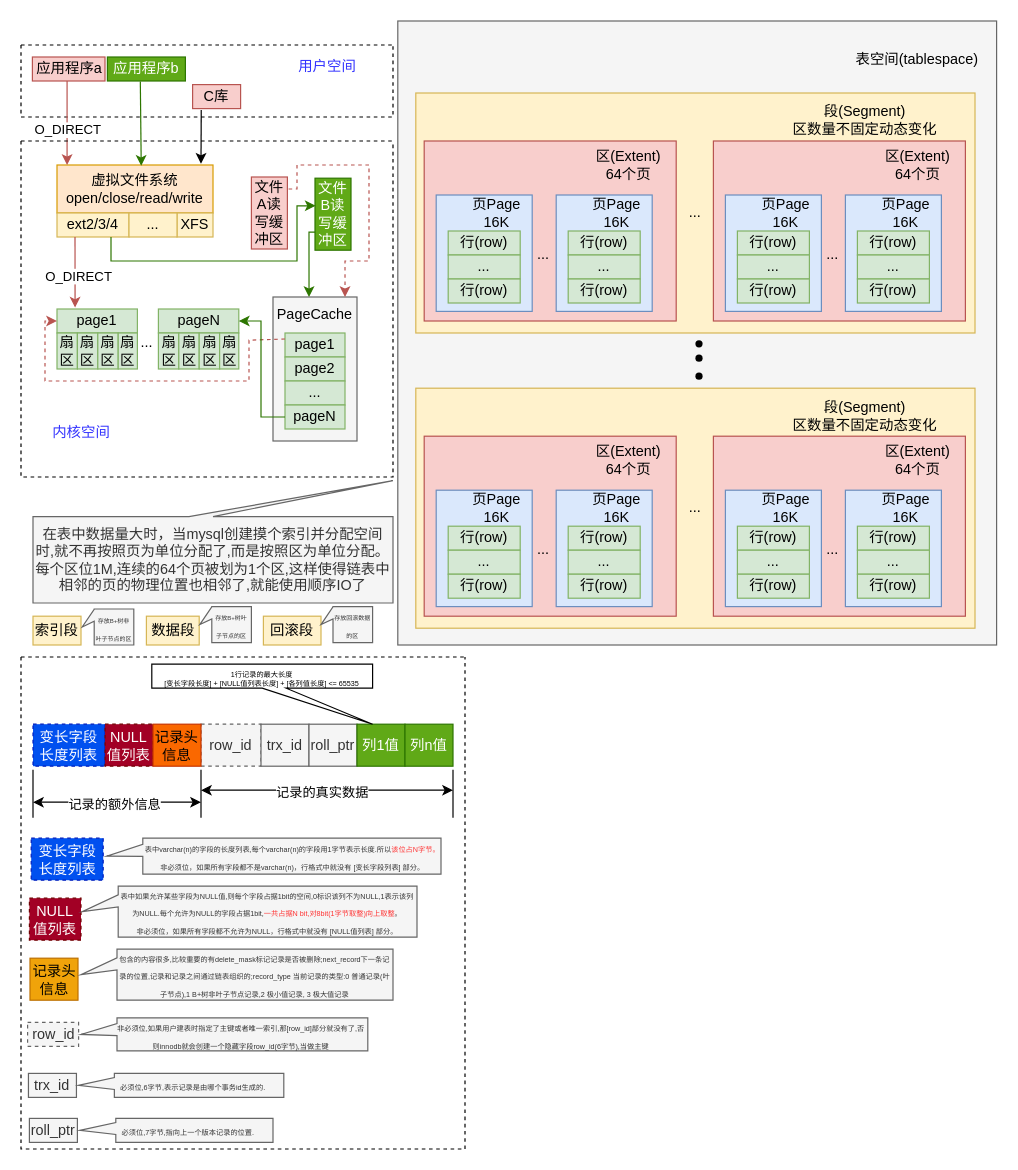
liushan86/learnnode keeps this draw.io diagram as page "文件系统" (1 of 3) of 文件系统.drawio. Above is the earlier version. Source tidied: cells renumbered, new cells numbered last; positions are measured from the earlier drawing's top-left corner, leaving out a move shared by most shapes. Both pictures are drawn from the tidied source at 120%, with x=0, y=0 at pixel (20, 20).
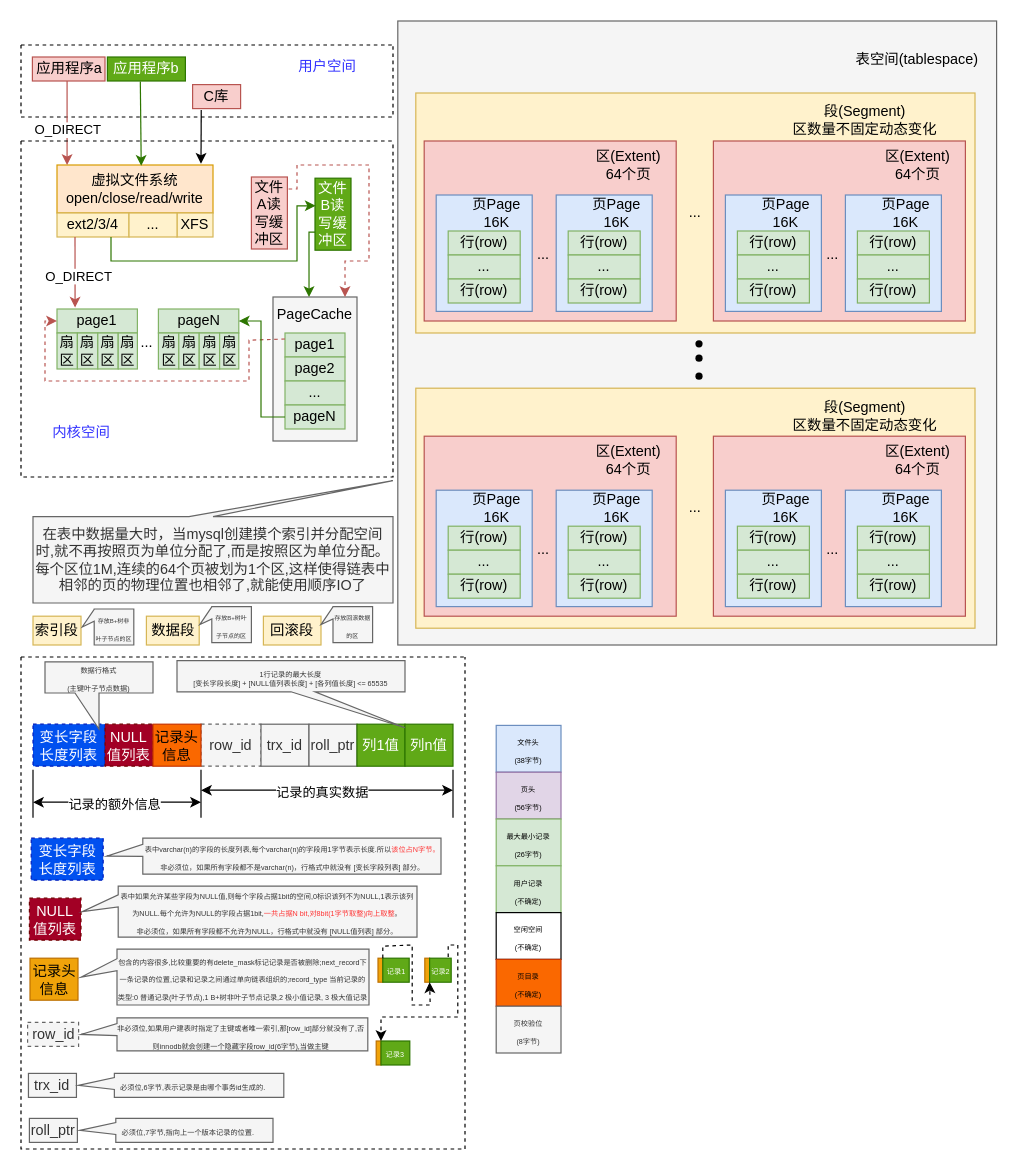
Above is the later version.

Commit message:
更新文件系统.drawio

Unchanged cells that the change refers to:
```xml
<mxCell id="138" style="swimlane;startSize=0;dashed=1;" parent="1" vertex="1">
  <mxGeometry y="530" width="370" height="410" as="geometry" />
</mxCell>
```

Change to the diagram source:
```diff
@@
-    <mxCell id="130" value="&lt;div&gt;&lt;font style=&quot;font-size: 6px;&quot;&gt;包含的内容很多,比较重要的有delete_mask标记记录是否被删除;next_record下一条记录的位置,记录和记录之间通过链表组织的;record_type 当前记录的类型:0 普通记录(叶子节点),1 B+树非叶子节点记录,2 极小值记录, 3 极大值记录&lt;br&gt;&lt;/font&gt;&lt;/div&gt;" style="shape=callout;whiteSpace=wrap;html=1;perimeter=calloutPerimeter;direction=south;size=30;position=0.17;base=10;fillColor=#f5f5f5;fontColor=#333333;strokeColor=#666666;" parent="1" vertex="1">
-      <mxGeometry x="50" y="773.5" width="260" height="42.5" as="geometry" />
+    <mxCell id="130" value="&lt;div&gt;&lt;font style=&quot;font-size: 6px;&quot;&gt;包含的内容很多,比较重要的有delete_mask标记记录是否被删除;next_record下一条记录的位置,记录和记录之间通过单向链表组织的;record_type 当前记录的类型:0 普通记录(叶子节点),1 B+树非叶子节点记录,2 极小值记录, 3 极大值记录&lt;br&gt;&lt;/font&gt;&lt;/div&gt;" style="shape=callout;whiteSpace=wrap;html=1;perimeter=calloutPerimeter;direction=south;size=30;position=0.17;base=10;fillColor=#f5f5f5;fontColor=#333333;strokeColor=#666666;" parent="1" vertex="1">
+      <mxGeometry x="50" y="773.5" width="240" height="46.5" as="geometry" />
     </mxCell>
@@
-    <mxCell id="139" value="&lt;div&gt;&lt;font style=&quot;font-size: 6px;&quot;&gt;1行记录的最大长度&lt;/font&gt;&lt;/div&gt;&lt;div style=&quot;font-size: 6px;&quot;&gt;[变长字段长度] + [NULL值列表长度] + [各列值长度] &amp;lt;= 65535&lt;/div&gt;" style="shape=callout;whiteSpace=wrap;html=1;perimeter=calloutPerimeter;position2=1;" parent="138" vertex="1">
-      <mxGeometry x="109" y="6" width="184" height="50" as="geometry" />
+    <mxCell id="139" value="&lt;div&gt;&lt;font style=&quot;font-size: 6px;&quot;&gt;1行记录的最大长度&lt;/font&gt;&lt;/div&gt;&lt;div style=&quot;font-size: 6px;&quot;&gt;[变长字段长度] + [NULL值列表长度] + [各列值长度] &amp;lt;= 65535&lt;/div&gt;" style="shape=callout;whiteSpace=wrap;html=1;perimeter=calloutPerimeter;position2=1;fillColor=#f5f5f5;fontColor=#333333;strokeColor=#666666;" parent="138" vertex="1">
+      <mxGeometry x="130" y="3" width="190" height="56" as="geometry" />
     </mxCell>
+    <mxCell id="140" value="&lt;div&gt;&lt;font style=&quot;font-size: 6px;&quot;&gt;数据行格式&lt;/font&gt;&lt;/div&gt;&lt;font style=&quot;font-size: 6px;&quot;&gt;(主键叶子节点数据)&lt;/font&gt;" style="shape=callout;whiteSpace=wrap;html=1;perimeter=calloutPerimeter;flipH=1;fillColor=#f5f5f5;fontColor=#333333;strokeColor=#666666;" parent="138" vertex="1">
+      <mxGeometry x="20" y="4" width="90" height="56" as="geometry" />
+    </mxCell>
+    <mxCell id="141" style="rounded=0;whiteSpace=wrap;html=1;fillColor=#f0a30a;fontColor=#000000;strokeColor=#BD7000;" parent="138" vertex="1">
+      <mxGeometry x="297.5" y="251" width="4" height="20" as="geometry" />
+    </mxCell>
+    <mxCell id="142" value="&lt;font style=&quot;font-size: 6px;&quot;&gt;记录1&lt;/font&gt;" style="rounded=0;whiteSpace=wrap;html=1;fillColor=#60a917;fontColor=#ffffff;strokeColor=#2D7600;" parent="138" vertex="1">
+      <mxGeometry x="301.5" y="251" width="22" height="20" as="geometry" />
+    </mxCell>
+    <mxCell id="143" style="rounded=0;whiteSpace=wrap;html=1;fillColor=#f0a30a;fontColor=#000000;strokeColor=#BD7000;" parent="138" vertex="1">
+      <mxGeometry x="336.5" y="251" width="4" height="20" as="geometry" />
+    </mxCell>
+    <mxCell id="144" value="&lt;font style=&quot;font-size: 6px;&quot;&gt;记录2&lt;/font&gt;" style="rounded=0;whiteSpace=wrap;html=1;fillColor=#60a917;fontColor=#ffffff;strokeColor=#2D7600;" parent="138" vertex="1">
+      <mxGeometry x="340.5" y="251" width="18" height="20" as="geometry" />
+    </mxCell>
+    <mxCell id="145" style="endArrow=classic;html=1;rounded=0;exitX=0;exitY=0;exitDx=0;exitDy=0;entryX=0;entryY=1;entryDx=0;entryDy=0;dashed=1;" parent="138" edge="1" source="142" target="144">
+      <mxGeometry relative="1" as="geometry">
+        <Array as="points">
+          <mxPoint x="301.5" y="241" />
+          <mxPoint x="326" y="240" />
+          <mxPoint x="326" y="290" />
+          <mxPoint x="341" y="290" />
+        </Array>
+      </mxGeometry>
+    </mxCell>
+    <mxCell id="146" style="rounded=0;whiteSpace=wrap;html=1;fillColor=#f0a30a;fontColor=#000000;strokeColor=#BD7000;" parent="138" vertex="1">
+      <mxGeometry x="296" y="320" width="4" height="20" as="geometry" />
+    </mxCell>
+    <mxCell id="147" value="&lt;font style=&quot;font-size: 6px;&quot;&gt;记录3&lt;/font&gt;" style="rounded=0;whiteSpace=wrap;html=1;fillColor=#60a917;fontColor=#ffffff;strokeColor=#2D7600;" parent="138" vertex="1">
+      <mxGeometry x="300" y="320" width="24" height="20" as="geometry" />
+    </mxCell>
+    <mxCell id="148" style="endArrow=classic;html=1;rounded=0;entryX=0;entryY=0;entryDx=0;entryDy=0;dashed=1;" parent="138" edge="1" target="147">
+      <mxGeometry relative="1" as="geometry">
+        <mxPoint x="356" y="250" as="sourcePoint" />
+        <Array as="points">
+          <mxPoint x="356" y="240" />
+          <mxPoint x="364" y="240" />
+          <mxPoint x="364" y="300" />
+          <mxPoint x="300" y="300" />
+        </Array>
+      </mxGeometry>
+    </mxCell>
+    <mxCell id="149" value="&lt;div&gt;&lt;font style=&quot;font-size: 6px;&quot;&gt;文件头&lt;/font&gt;&lt;/div&gt;&lt;div&gt;&lt;font style=&quot;font-size: 6px;&quot;&gt;(38字节)&lt;br&gt;&lt;/font&gt;&lt;/div&gt;" style="rounded=0;whiteSpace=wrap;html=1;fillColor=#dae8fc;strokeColor=#6c8ebf;" parent="1" vertex="1">
+      <mxGeometry x="396" y="587" width="54" height="39" as="geometry" />
+    </mxCell>
+    <mxCell id="150" value="&lt;div&gt;&lt;font style=&quot;font-size: 6px;&quot;&gt;页头&lt;/font&gt;&lt;/div&gt;&lt;div&gt;&lt;font style=&quot;font-size: 6px;&quot;&gt;(56字节)&lt;br&gt;&lt;/font&gt;&lt;/div&gt;" style="rounded=0;whiteSpace=wrap;html=1;fillColor=#e1d5e7;strokeColor=#9673a6;" parent="1" vertex="1">
+      <mxGeometry x="396" y="626" width="54" height="39" as="geometry" />
+    </mxCell>
+    <mxCell id="151" value="&lt;div&gt;&lt;font style=&quot;font-size: 6px;&quot;&gt;最大最小记录&lt;/font&gt;&lt;/div&gt;&lt;div&gt;&lt;font style=&quot;font-size: 6px;&quot;&gt;(26字节)&lt;br&gt;&lt;/font&gt;&lt;/div&gt;" style="rounded=0;whiteSpace=wrap;html=1;fillColor=#d5e8d4;strokeColor=#82b366;" parent="1" vertex="1">
+      <mxGeometry x="396" y="665" width="54" height="39" as="geometry" />
+    </mxCell>
+    <mxCell id="152" value="&lt;div&gt;&lt;font style=&quot;font-size: 6px;&quot;&gt;用户记录&lt;/font&gt;&lt;/div&gt;&lt;div&gt;&lt;font style=&quot;font-size: 6px;&quot;&gt;(不确定)&lt;br&gt;&lt;/font&gt;&lt;/div&gt;" style="rounded=0;whiteSpace=wrap;html=1;fillColor=#d5e8d4;strokeColor=#82b366;" parent="1" vertex="1">
+      <mxGeometry x="396" y="704" width="54" height="39" as="geometry" />
+    </mxCell>
+    <mxCell id="153" value="&lt;div&gt;&lt;font style=&quot;font-size: 6px;&quot;&gt;空闲空间&lt;/font&gt;&lt;/div&gt;&lt;div&gt;&lt;font style=&quot;font-size: 6px;&quot;&gt;(不确定)&lt;br&gt;&lt;/font&gt;&lt;/div&gt;" style="rounded=0;whiteSpace=wrap;html=1;" parent="1" vertex="1">
+      <mxGeometry x="396" y="743" width="54" height="39" as="geometry" />
+    </mxCell>
+    <mxCell id="154" value="&lt;div&gt;&lt;font style=&quot;font-size: 6px;&quot;&gt;页目录&lt;/font&gt;&lt;/div&gt;&lt;div&gt;&lt;font style=&quot;font-size: 6px;&quot;&gt;(不确定)&lt;br&gt;&lt;/font&gt;&lt;/div&gt;" style="rounded=0;whiteSpace=wrap;html=1;fillColor=#fa6800;strokeColor=#C73500;fontColor=#000000;" parent="1" vertex="1">
+      <mxGeometry x="396" y="782" width="54" height="39" as="geometry" />
+    </mxCell>
+    <mxCell id="155" value="&lt;div&gt;&lt;font style=&quot;font-size: 6px;&quot;&gt;页校验位&lt;/font&gt;&lt;/div&gt;&lt;div&gt;&lt;font style=&quot;font-size: 6px;&quot;&gt;(8字节)&lt;br&gt;&lt;/font&gt;&lt;/div&gt;" style="rounded=0;whiteSpace=wrap;html=1;fillColor=#f5f5f5;strokeColor=#666666;fontColor=#333333;" parent="1" vertex="1">
+      <mxGeometry x="396" y="821" width="54" height="39" as="geometry" />
+    </mxCell>
```
